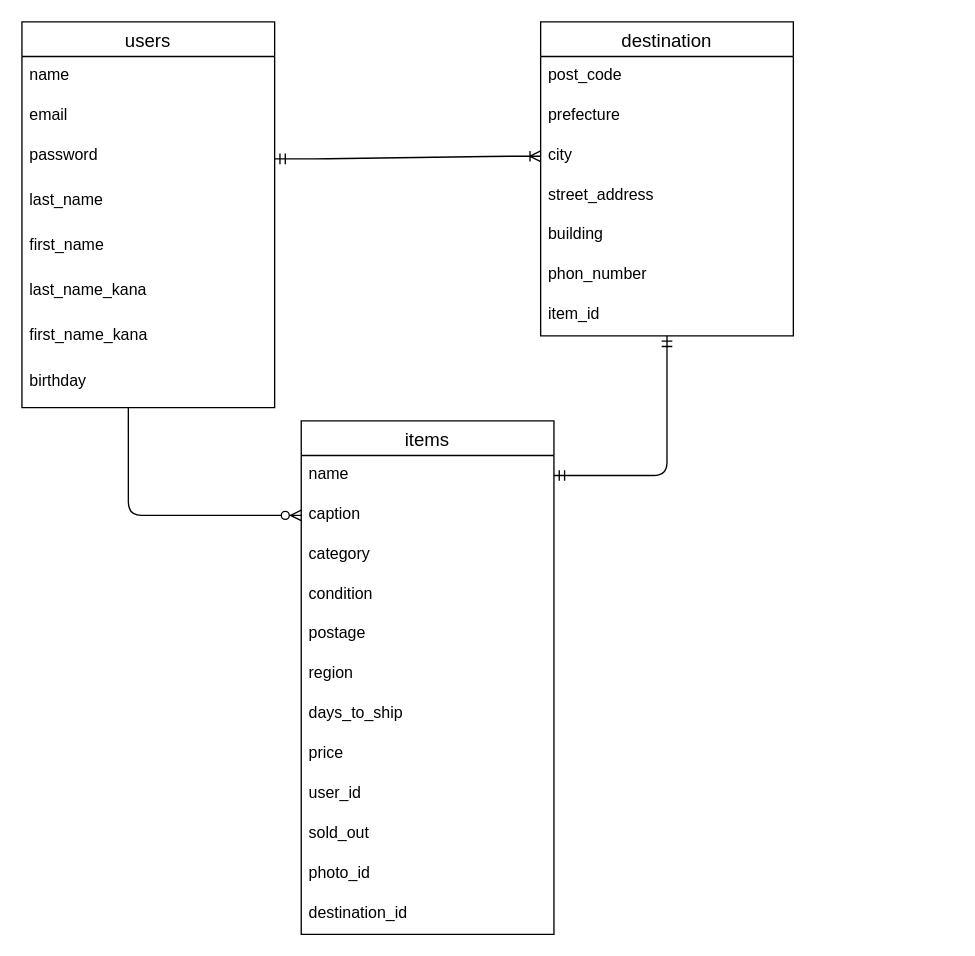
Earlier version of the draw.io diagram er.dio (ShozoKurie/furima-39691). Source tidied: cells renumbered, new cells numbered last; positions are measured from the earlier drawing's top-left corner, leaving out a move shared by most shapes. Both pictures are drawn from the tidied source at 133%, with x=0, y=0 at pixel (21, 21).
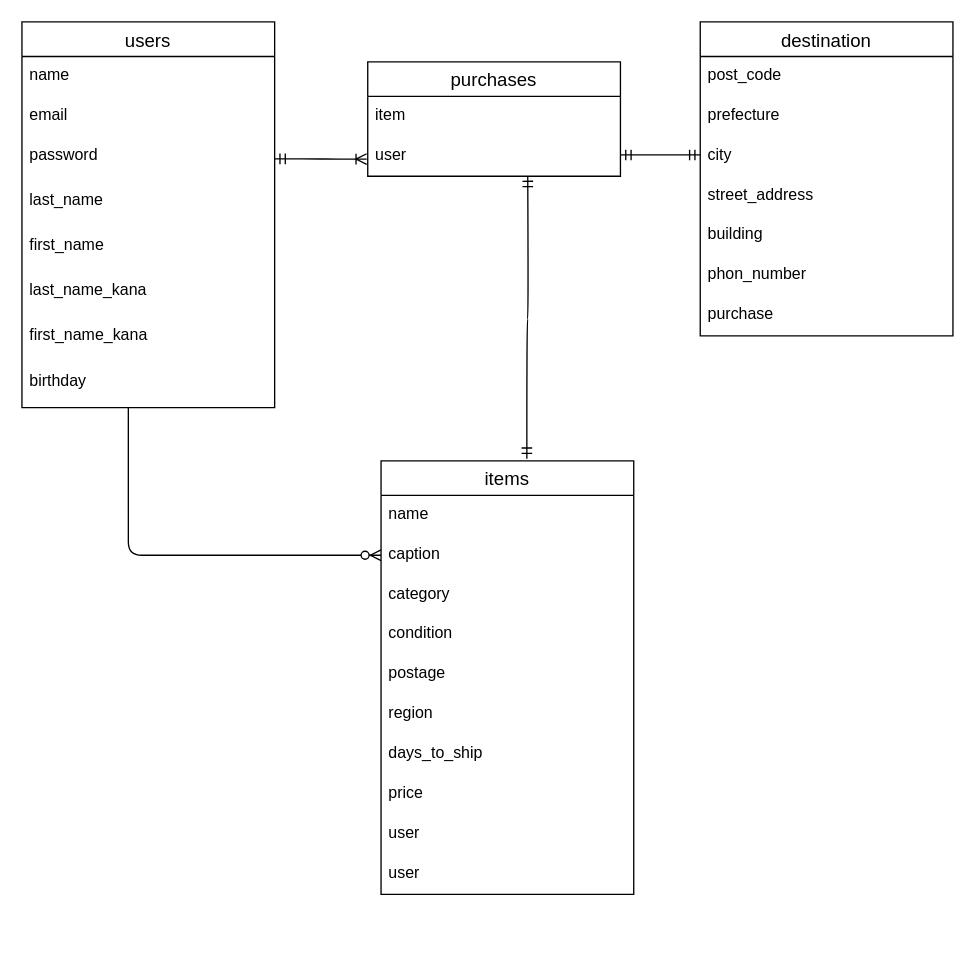
The same page after the edit.

Commit message (it also covers changes not shown here):
readmeとER図の修正

The change refers to these unchanged cells:
```xml
<mxCell id="5" value="password" style="text;strokeColor=none;fillColor=none;spacingLeft=4;spacingRight=4;overflow=hidden;points=[[0,0.5],[1,0.5]];portConstraint=eastwest;fontSize=12;" parent="2" vertex="1">
  <mxGeometry y="86" width="190" height="34" as="geometry" />
</mxCell>
<mxCell id="12" value="name" style="text;strokeColor=none;fillColor=none;spacingLeft=4;spacingRight=4;overflow=hidden;points=[[0,0.5],[1,0.5]];portConstraint=eastwest;fontSize=12;" parent="11" vertex="1">
  <mxGeometry y="26" width="190" height="30" as="geometry" />
</mxCell>
<mxCell id="27" value="city" style="text;strokeColor=none;fillColor=none;spacingLeft=4;spacingRight=4;overflow=hidden;points=[[0,0.5],[1,0.5]];portConstraint=eastwest;fontSize=12;" parent="24" vertex="1">
  <mxGeometry y="86" width="190" height="30" as="geometry" />
</mxCell>
```

Diff of the diagram source:
```diff
@@
     <mxCell id="11" value="items" style="swimlane;fontStyle=0;horizontal=1;startSize=26;align=center;fontSize=14;" parent="1" vertex="1">
-      <mxGeometry x="210" y="300" width="190" height="386" as="geometry" />
+      <mxGeometry x="270" y="330" width="190" height="326" as="geometry" />
     </mxCell>
@@
-    <mxCell id="20" value="user_id" style="text;strokeColor=none;fillColor=none;spacingLeft=4;spacingRight=4;overflow=hidden;fontSize=12;" parent="11" vertex="1">
+    <mxCell id="20" value="user" style="text;strokeColor=none;fillColor=none;spacingLeft=4;spacingRight=4;overflow=hidden;fontSize=12;" parent="11" vertex="1">
       <mxGeometry y="266" width="190" height="30" as="geometry" />
     </mxCell>
-    <mxCell id="21" value="sold_out" style="text;strokeColor=none;fillColor=none;spacingLeft=4;spacingRight=4;overflow=hidden;fontSize=12;" parent="11" vertex="1">
-      <mxGeometry y="296" width="190" height="30" as="geometry" />
-    </mxCell>
-    <mxCell id="22" value="photo_id" style="text;strokeColor=none;fillColor=none;spacingLeft=4;spacingRight=4;overflow=hidden;fontSize=12;" parent="11" vertex="1">
-      <mxGeometry y="326" width="190" height="30" as="geometry" />
-    </mxCell>
-    <mxCell id="23" value="destination_id" style="text;strokeColor=none;fillColor=none;spacingLeft=4;spacingRight=4;overflow=hidden;fontSize=12;" parent="11" vertex="1">
-      <mxGeometry y="356" width="190" height="30" as="geometry" />
-    </mxCell>
+    <mxCell id="35" value="user" style="text;strokeColor=none;fillColor=none;spacingLeft=4;spacingRight=4;overflow=hidden;fontSize=12;" parent="11" vertex="1">
+      <mxGeometry y="296" width="190" height="30" as="geometry" />
+    </mxCell>
     <mxCell id="24" value="destination" style="swimlane;fontStyle=0;horizontal=1;startSize=26;align=center;fontSize=14;" parent="1" vertex="1">
-      <mxGeometry x="390" width="190" height="236" as="geometry" />
+      <mxGeometry x="510" width="190" height="236" as="geometry" />
     </mxCell>
@@
-    <mxCell id="31" value="item_id" style="text;strokeColor=none;fillColor=none;spacingLeft=4;spacingRight=4;overflow=hidden;fontSize=12;" parent="24" vertex="1">
+    <mxCell id="31" value="purchase" style="text;strokeColor=none;fillColor=none;spacingLeft=4;spacingRight=4;overflow=hidden;fontSize=12;" parent="24" vertex="1">
       <mxGeometry y="206" width="190" height="30" as="geometry" />
     </mxCell>
-    <mxCell id="32" style="edgeStyle=entityRelationEdgeStyle;fontSize=12;html=1;endArrow=ERoneToMany;startArrow=ERmandOne;exitX=1;exitY=0.5;exitDx=0;exitDy=0;entryX=0;entryY=0.5;entryDx=0;entryDy=0;" parent="1" edge="1" source="5" target="27">
-      <mxGeometry relative="1" as="geometry" />
+    <mxCell id="32" style="edgeStyle=entityRelationEdgeStyle;fontSize=12;html=1;endArrow=ERoneToMany;startArrow=ERmandOne;exitX=1;exitY=0.5;exitDx=0;exitDy=0;entryX=-0.004;entryY=0.571;entryDx=0;entryDy=0;entryPerimeter=0;" parent="1" edge="1" source="5">
+      <mxGeometry relative="1" as="geometry">
+        <mxPoint x="259.2" y="103.1" as="targetPoint" />
+      </mxGeometry>
     </mxCell>
-    <mxCell id="33" style="edgeStyle=orthogonalEdgeStyle;fontSize=12;html=1;endArrow=ERmandOne;startArrow=ERmandOne;exitX=1;exitY=0.5;exitDx=0;exitDy=0;entryX=0.5;entryY=1;entryDx=0;entryDy=0;" parent="1" edge="1" source="12" target="24">
-      <mxGeometry relative="1" as="geometry" />
-    </mxCell>
@@
+    <mxCell id="36" value="purchases" style="swimlane;fontStyle=0;horizontal=1;startSize=26;align=center;fontSize=14;" parent="1" vertex="1">
+      <mxGeometry x="260" y="30" width="190" height="86" as="geometry" />
+    </mxCell>
+    <mxCell id="37" value="item" style="text;strokeColor=none;fillColor=none;spacingLeft=4;spacingRight=4;overflow=hidden;fontSize=12;" parent="36" vertex="1">
+      <mxGeometry y="26" width="190" height="30" as="geometry" />
+    </mxCell>
+    <mxCell id="38" value="user" style="text;strokeColor=none;fillColor=none;spacingLeft=4;spacingRight=4;overflow=hidden;fontSize=12;" parent="36" vertex="1">
+      <mxGeometry y="56" width="190" height="30" as="geometry" />
+    </mxCell>
+    <mxCell id="39" style="edgeStyle=entityRelationEdgeStyle;fontSize=12;html=1;endArrow=ERmandOne;startArrow=ERmandOne;exitX=1;exitY=0.5;exitDx=0;exitDy=0;endFill=0;" parent="1" edge="1">
+      <mxGeometry relative="1" as="geometry">
+        <mxPoint x="450" y="100" as="sourcePoint" />
+        <mxPoint x="510" y="100" as="targetPoint" />
+      </mxGeometry>
+    </mxCell>
+    <mxCell id="40" style="edgeStyle=orthogonalEdgeStyle;fontSize=12;html=1;endArrow=ERmandOne;startArrow=ERmandOne;curved=1;entryX=0.633;entryY=0.992;entryDx=0;entryDy=0;entryPerimeter=0;exitX=0.577;exitY=-0.005;exitDx=0;exitDy=0;exitPerimeter=0;" parent="1" edge="1" source="11">
+      <mxGeometry relative="1" as="geometry">
+        <mxPoint x="380.3" y="115.8" as="targetPoint" />
+      </mxGeometry>
+    </mxCell>
```
